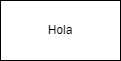
Before: Entity.png, a diagram exported from draw.io (Jorgeev27/Servicio-Peluqueria). Source tidied: cells renumbered, new cells last; positions are measured from the earlier drawing's top-left corner, leaving out a move shared by most shapes. Its diagram source:
```xml
<mxGraphModel>
  <root>
    <mxCell id="0" />
    <mxCell id="1" parent="0" />
    <mxCell id="2" value="Hola" style="rounded=0;whiteSpace=wrap;html=1;" parent="1" vertex="1">
      <mxGeometry width="120" height="60" as="geometry" />
    </mxCell>
  </root>
</mxGraphModel>
```
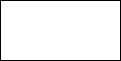
The same diagram one commit later.

Change to the diagram source:
```diff
@@ -2,7 +2,7 @@
   <root>
     <mxCell id="0" />
     <mxCell id="1" parent="0" />
-    <mxCell id="2" value="Hola" style="rounded=0;whiteSpace=wrap;html=1;" parent="1" vertex="1">
+    <mxCell id="2" style="rounded=0;whiteSpace=wrap;html=1;" parent="1" vertex="1">
       <mxGeometry width="120" height="60" as="geometry" />
     </mxCell>
   </root>
```
